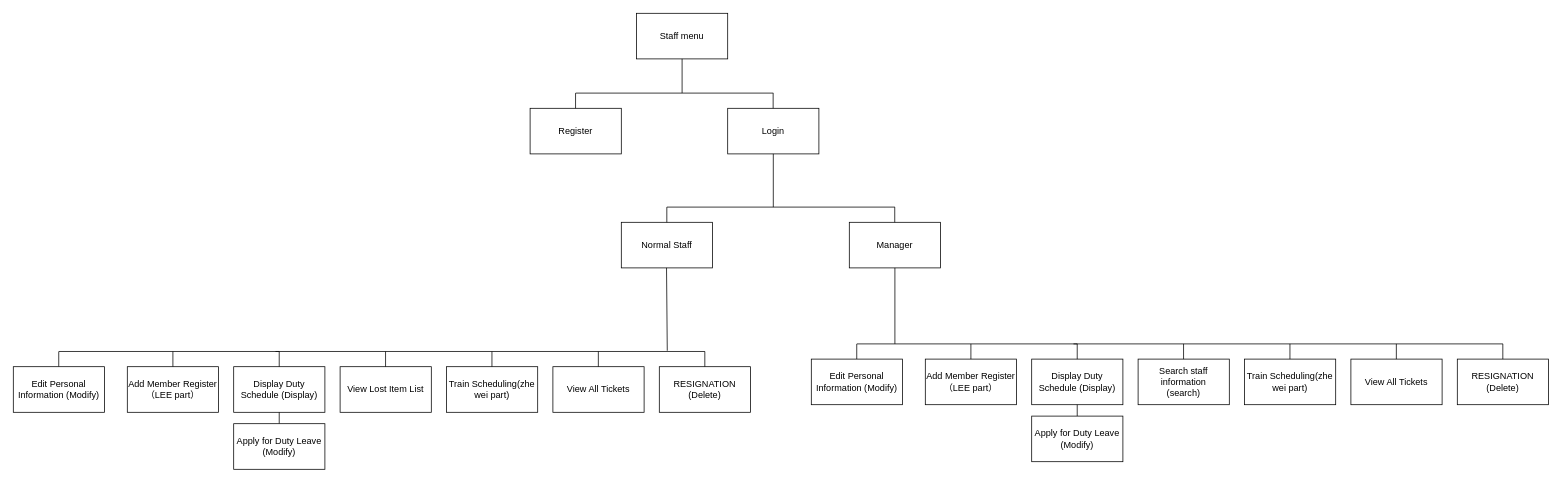
Before: Structure Chart/staffTrain (1).drawio in halleyIsStressed/pcd2Assignment, a draw.io diagram. Source tidied: cells renumbered, new cells numbered last; positions are measured from the earlier drawing's top-left corner, leaving out a move shared by most shapes. Both pictures are drawn from the tidied source at 76%, with x=0, y=0 at pixel (13, 13).
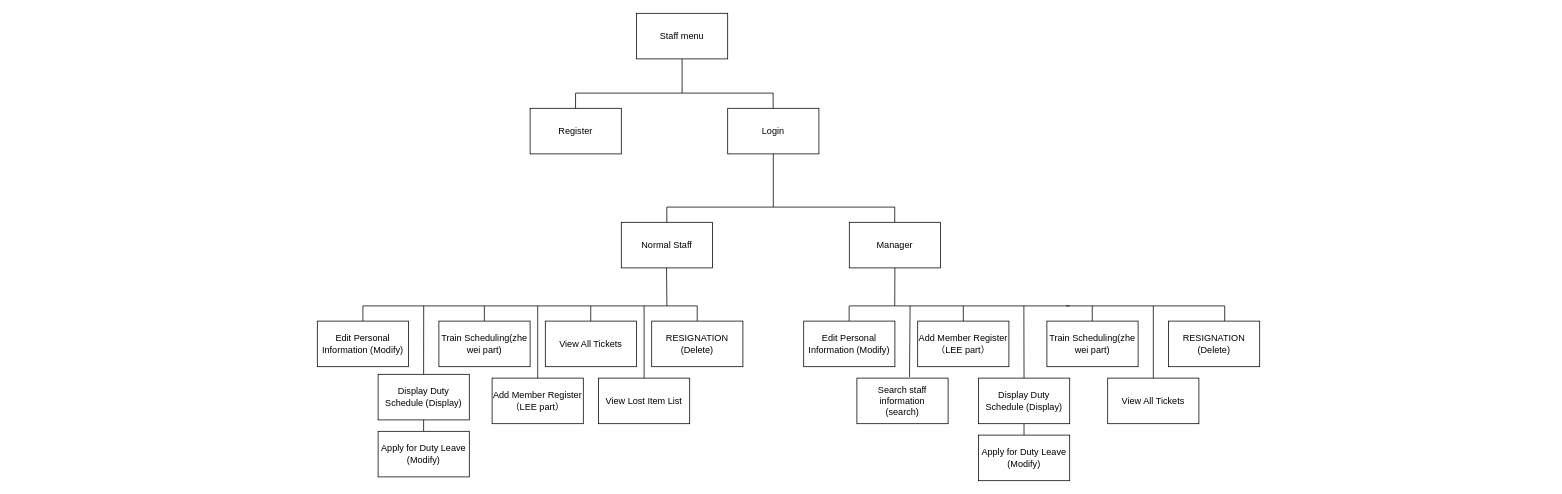
Above is the later version.

The change refers to these unchanged cells:
```xml
<mxCell id="23" value="Manager" style="rounded=0;whiteSpace=wrap;html=1;" parent="1" vertex="1">
  <mxGeometry x="1100" y="275" width="120" height="60" as="geometry" />
</mxCell>
```

Diff of the diagram source:
```diff
@@
     <mxCell id="4" value="Add Member Register（LEE part）" style="whiteSpace=wrap;html=1;rounded=0;" parent="1" vertex="1">
-      <mxGeometry x="1200" y="455" width="120" height="60" as="geometry" />
+      <mxGeometry x="1190" y="405" width="120" height="60" as="geometry" />
     </mxCell>
@@
     <mxCell id="6" style="endArrow=none;html=1;rounded=0;" parent="1" edge="1">
       <mxGeometry relative="1" as="geometry">
-        <mxPoint x="1109.8" y="455" as="sourcePoint" />
-        <mxPoint x="1109.8" y="435" as="targetPoint" />
+        <mxPoint x="1099.8" y="405" as="sourcePoint" />
+        <mxPoint x="1099.8" y="385" as="targetPoint" />
       </mxGeometry>
     </mxCell>
     <mxCell id="7" value="Display Duty Schedule (Display)" style="whiteSpace=wrap;html=1;rounded=0;" parent="1" vertex="1">
-      <mxGeometry x="1340" y="455" width="120" height="60" as="geometry" />
+      <mxGeometry x="1270" y="480" width="120" height="60" as="geometry" />
     </mxCell>
     <mxCell id="8" style="endArrow=none;html=1;rounded=0;exitX=0.5;exitY=0;exitDx=0;exitDy=0;" parent="1" edge="1" source="4">
       <mxGeometry relative="1" as="geometry">
-        <mxPoint x="1260" y="435" as="targetPoint" />
+        <mxPoint x="1250" y="385" as="targetPoint" />
       </mxGeometry>
     </mxCell>
-    <mxCell id="9" style="endArrow=none;html=1;rounded=0;exitX=0.5;exitY=0;exitDx=0;exitDy=0;" parent="1" edge="1">
+    <mxCell id="9" style="endArrow=none;html=1;rounded=0;" parent="1" edge="1" source="7">
       <mxGeometry relative="1" as="geometry">
-        <mxPoint x="1399.9" y="455" as="sourcePoint" />
-        <mxPoint x="1399.9" y="435" as="targetPoint" />
+        <mxPoint x="1329.7" y="385" as="targetPoint" />
       </mxGeometry>
     </mxCell>
     <mxCell id="10" style="endArrow=none;html=1;rounded=0;entryX=0.5;entryY=1;entryDx=0;entryDy=0;" parent="1" edge="1">
       <mxGeometry relative="1" as="geometry">
-        <mxPoint x="1399.9" y="530" as="sourcePoint" />
-        <mxPoint x="1399.9" y="515" as="targetPoint" />
+        <mxPoint x="1329.9" y="555" as="sourcePoint" />
+        <mxPoint x="1329.9" y="540" as="targetPoint" />
       </mxGeometry>
     </mxCell>
     <mxCell id="11" value="Edit Personal Information (Modify)" style="whiteSpace=wrap;html=1;rounded=0;" parent="1" vertex="1">
-      <mxGeometry x="1050" y="455" width="120" height="60" as="geometry" />
+      <mxGeometry x="1040" y="405" width="120" height="60" as="geometry" />
     </mxCell>
     <mxCell id="12" value="Apply for Duty Leave&lt;div&gt;(Modify)&lt;/div&gt;" style="whiteSpace=wrap;html=1;rounded=0;" parent="1" vertex="1">
-      <mxGeometry x="1340" y="530" width="120" height="60" as="geometry" />
+      <mxGeometry x="1270" y="555" width="120" height="60" as="geometry" />
     </mxCell>
     <mxCell id="13" style="endArrow=none;html=1;rounded=0;" parent="1" edge="1">
       <mxGeometry relative="1" as="geometry">
-        <mxPoint x="1110" y="435" as="sourcePoint" />
-        <mxPoint x="1400" y="435" as="targetPoint" />
+        <mxPoint x="1100" y="385" as="sourcePoint" />
+        <mxPoint x="1390" y="385" as="targetPoint" />
       </mxGeometry>
     </mxCell>
@@
     <mxCell id="20" value="Search staff information&lt;div&gt;(search)&lt;/div&gt;" style="whiteSpace=wrap;html=1;rounded=0;" parent="1" vertex="1">
-      <mxGeometry x="1480" y="455" width="120" height="60" as="geometry" />
+      <mxGeometry x="1110" y="480" width="120" height="60" as="geometry" />
     </mxCell>
-    <mxCell id="21" style="endArrow=none;html=1;rounded=0;" parent="1" edge="1">
+    <mxCell id="21" style="endArrow=none;html=1;rounded=0;entryX=0.616;entryY=0.017;entryDx=0;entryDy=0;entryPerimeter=0;" parent="1" edge="1" target="34">
       <mxGeometry relative="1" as="geometry">
-        <mxPoint x="1395" y="435" as="sourcePoint" />
-        <mxPoint x="1960" y="435" as="targetPoint" />
+        <mxPoint x="1385" y="385" as="sourcePoint" />
+        <Array as="points">
+          <mxPoint x="1594" y="385" />
+        </Array>
       </mxGeometry>
     </mxCell>
-    <mxCell id="22" style="endArrow=none;html=1;rounded=0;exitX=0.5;exitY=0;exitDx=0;exitDy=0;" parent="1" edge="1">
+    <mxCell id="22" style="endArrow=none;html=1;rounded=0;exitX=0.577;exitY=-0.023;exitDx=0;exitDy=0;exitPerimeter=0;" parent="1" edge="1" source="20">
       <mxGeometry relative="1" as="geometry">
-        <mxPoint x="1539.8" y="455" as="sourcePoint" />
-        <mxPoint x="1539.8" y="435" as="targetPoint" />
+        <mxPoint x="1180" y="385" as="targetPoint" />
       </mxGeometry>
     </mxCell>
@@
     <mxCell id="28" style="endArrow=none;html=1;rounded=0;entryX=0.5;entryY=1;entryDx=0;entryDy=0;" parent="1" edge="1" target="23">
       <mxGeometry relative="1" as="geometry">
-        <mxPoint x="1160" y="435" as="sourcePoint" />
+        <mxPoint x="1159.8" y="385" as="sourcePoint" />
       </mxGeometry>
     </mxCell>
     <mxCell id="29" style="endArrow=none;html=1;rounded=0;" parent="1" edge="1">
       <mxGeometry relative="1" as="geometry">
-        <mxPoint x="860.5" y="444" as="sourcePoint" />
+        <mxPoint x="860" y="385" as="sourcePoint" />
         <mxPoint x="859.5" y="335" as="targetPoint" />
       </mxGeometry>
     </mxCell>
     <mxCell id="30" value="Train Scheduling(zhe wei part)" style="whiteSpace=wrap;html=1;rounded=0;" parent="1" vertex="1">
-      <mxGeometry x="1620" y="455" width="120" height="60" as="geometry" />
+      <mxGeometry x="1360" y="405" width="120" height="60" as="geometry" />
     </mxCell>
     <mxCell id="31" style="endArrow=none;html=1;rounded=0;exitX=0.5;exitY=0;exitDx=0;exitDy=0;" parent="1" edge="1">
       <mxGeometry relative="1" as="geometry">
-        <mxPoint x="1679.8" y="455" as="sourcePoint" />
-        <mxPoint x="1679.8" y="435" as="targetPoint" />
+        <mxPoint x="1419.7" y="405" as="sourcePoint" />
+        <mxPoint x="1419.7" y="385" as="targetPoint" />
       </mxGeometry>
     </mxCell>
     <mxCell id="32" value="View All Tickets" style="whiteSpace=wrap;html=1;rounded=0;" parent="1" vertex="1">
-      <mxGeometry x="1760" y="455" width="120" height="60" as="geometry" />
+      <mxGeometry x="1440" y="480" width="120" height="60" as="geometry" />
     </mxCell>
-    <mxCell id="33" style="endArrow=none;html=1;rounded=0;exitX=0.5;exitY=0;exitDx=0;exitDy=0;" parent="1" edge="1">
+    <mxCell id="33" style="endArrow=none;html=1;rounded=0;exitX=0.5;exitY=0;exitDx=0;exitDy=0;" parent="1" edge="1" source="32">
       <mxGeometry relative="1" as="geometry">
-        <mxPoint x="1819.8" y="455" as="sourcePoint" />
-        <mxPoint x="1819.8" y="435" as="targetPoint" />
+        <mxPoint x="1500" y="385" as="targetPoint" />
       </mxGeometry>
     </mxCell>
     <mxCell id="34" value="RESIGNATION&lt;div&gt;(Delete)&lt;/div&gt;" style="whiteSpace=wrap;html=1;rounded=0;" parent="1" vertex="1">
-      <mxGeometry x="1900" y="455" width="120" height="60" as="geometry" />
+      <mxGeometry x="1520" y="405" width="120" height="60" as="geometry" />
     </mxCell>
-    <mxCell id="35" style="endArrow=none;html=1;rounded=0;exitX=0.5;exitY=0;exitDx=0;exitDy=0;" parent="1" edge="1">
-      <mxGeometry relative="1" as="geometry">
-        <mxPoint x="1959.9" y="455" as="sourcePoint" />
-        <mxPoint x="1959.9" y="435" as="targetPoint" />
-      </mxGeometry>
-    </mxCell>
     <mxCell id="36" value="Add Member Register（LEE part）" style="whiteSpace=wrap;html=1;rounded=0;" parent="1" vertex="1">
-      <mxGeometry x="150" y="465" width="120" height="60" as="geometry" />
+      <mxGeometry x="630" y="480" width="120" height="60" as="geometry" />
     </mxCell>
-    <mxCell id="37" style="endArrow=none;html=1;rounded=0;" parent="1" edge="1">
-      <mxGeometry relative="1" as="geometry">
-        <mxPoint x="59.8" y="465" as="sourcePoint" />
-        <mxPoint x="59.8" y="445" as="targetPoint" />
-      </mxGeometry>
-    </mxCell>
     <mxCell id="38" value="Display Duty Schedule (Display)" style="whiteSpace=wrap;html=1;rounded=0;" parent="1" vertex="1">
-      <mxGeometry x="290" y="465" width="120" height="60" as="geometry" />
+      <mxGeometry x="480" y="475" width="120" height="60" as="geometry" />
     </mxCell>
     <mxCell id="39" style="endArrow=none;html=1;rounded=0;exitX=0.5;exitY=0;exitDx=0;exitDy=0;" parent="1" edge="1" source="36">
       <mxGeometry relative="1" as="geometry">
-        <mxPoint x="210" y="445" as="targetPoint" />
+        <mxPoint x="690" y="385" as="targetPoint" />
       </mxGeometry>
     </mxCell>
     <mxCell id="40" style="endArrow=none;html=1;rounded=0;exitX=0.5;exitY=0;exitDx=0;exitDy=0;" parent="1" edge="1">
       <mxGeometry relative="1" as="geometry">
-        <mxPoint x="349.9" y="465" as="sourcePoint" />
-        <mxPoint x="349.9" y="445" as="targetPoint" />
+        <mxPoint x="539.9" y="475" as="sourcePoint" />
+        <mxPoint x="540" y="385" as="targetPoint" />
       </mxGeometry>
     </mxCell>
     <mxCell id="41" style="endArrow=none;html=1;rounded=0;entryX=0.5;entryY=1;entryDx=0;entryDy=0;" parent="1" edge="1">
       <mxGeometry relative="1" as="geometry">
-        <mxPoint x="349.9" y="540" as="sourcePoint" />
-        <mxPoint x="349.9" y="525" as="targetPoint" />
+        <mxPoint x="539.9" y="550" as="sourcePoint" />
+        <mxPoint x="539.9" y="535" as="targetPoint" />
       </mxGeometry>
     </mxCell>
     <mxCell id="42" value="Edit Personal Information (Modify)" style="whiteSpace=wrap;html=1;rounded=0;" parent="1" vertex="1">
-      <mxGeometry y="465" width="120" height="60" as="geometry" />
+      <mxGeometry x="400" y="405" width="120" height="60" as="geometry" />
     </mxCell>
     <mxCell id="43" value="Apply for Duty Leave&lt;div&gt;(Modify)&lt;/div&gt;" style="whiteSpace=wrap;html=1;rounded=0;" parent="1" vertex="1">
-      <mxGeometry x="290" y="540" width="120" height="60" as="geometry" />
+      <mxGeometry x="480" y="550" width="120" height="60" as="geometry" />
     </mxCell>
-    <mxCell id="44" style="endArrow=none;html=1;rounded=0;" parent="1" edge="1">
+    <mxCell id="44" style="endArrow=none;html=1;rounded=0;exitX=0.5;exitY=0;exitDx=0;exitDy=0;" parent="1" edge="1" source="42">
       <mxGeometry relative="1" as="geometry">
-        <mxPoint x="60" y="445" as="sourcePoint" />
-        <mxPoint x="350" y="445" as="targetPoint" />
+        <mxPoint x="460" y="385" as="targetPoint" />
       </mxGeometry>
     </mxCell>
     <mxCell id="45" value="View Lost Item List" style="whiteSpace=wrap;html=1;rounded=0;" parent="1" vertex="1">
-      <mxGeometry x="430" y="465" width="120" height="60" as="geometry" />
+      <mxGeometry x="770" y="480" width="120" height="60" as="geometry" />
     </mxCell>
     <mxCell id="46" style="endArrow=none;html=1;rounded=0;" parent="1" edge="1">
       <mxGeometry relative="1" as="geometry">
-        <mxPoint x="345" y="445" as="sourcePoint" />
-        <mxPoint x="910" y="445" as="targetPoint" />
+        <mxPoint x="460" y="385" as="sourcePoint" />
+        <mxPoint x="900" y="385" as="targetPoint" />
       </mxGeometry>
     </mxCell>
-    <mxCell id="47" style="endArrow=none;html=1;rounded=0;exitX=0.5;exitY=0;exitDx=0;exitDy=0;" parent="1" edge="1">
+    <mxCell id="47" style="endArrow=none;html=1;rounded=0;" parent="1" edge="1" source="45">
       <mxGeometry relative="1" as="geometry">
-        <mxPoint x="489.8" y="465" as="sourcePoint" />
-        <mxPoint x="489.8" y="445" as="targetPoint" />
+        <mxPoint x="830" y="385" as="targetPoint" />
       </mxGeometry>
     </mxCell>
     <mxCell id="48" value="Train Scheduling(zhe wei part)" style="whiteSpace=wrap;html=1;rounded=0;" parent="1" vertex="1">
-      <mxGeometry x="570" y="465" width="120" height="60" as="geometry" />
+      <mxGeometry x="560" y="405" width="120" height="60" as="geometry" />
     </mxCell>
     <mxCell id="49" style="endArrow=none;html=1;rounded=0;exitX=0.5;exitY=0;exitDx=0;exitDy=0;" parent="1" edge="1">
       <mxGeometry relative="1" as="geometry">
-        <mxPoint x="629.8" y="465" as="sourcePoint" />
-        <mxPoint x="629.8" y="445" as="targetPoint" />
+        <mxPoint x="619.8" y="405" as="sourcePoint" />
+        <mxPoint x="619.8" y="385" as="targetPoint" />
       </mxGeometry>
     </mxCell>
     <mxCell id="50" value="View All Tickets" style="whiteSpace=wrap;html=1;rounded=0;" parent="1" vertex="1">
-      <mxGeometry x="710" y="465" width="120" height="60" as="geometry" />
+      <mxGeometry x="700" y="405" width="120" height="60" as="geometry" />
     </mxCell>
     <mxCell id="51" style="endArrow=none;html=1;rounded=0;exitX=0.5;exitY=0;exitDx=0;exitDy=0;" parent="1" edge="1">
       <mxGeometry relative="1" as="geometry">
-        <mxPoint x="769.8" y="465" as="sourcePoint" />
-        <mxPoint x="769.8" y="445" as="targetPoint" />
+        <mxPoint x="759.8" y="405" as="sourcePoint" />
+        <mxPoint x="759.8" y="385" as="targetPoint" />
       </mxGeometry>
     </mxCell>
     <mxCell id="52" value="RESIGNATION&lt;div&gt;(Delete)&lt;/div&gt;" style="whiteSpace=wrap;html=1;rounded=0;" parent="1" vertex="1">
-      <mxGeometry x="850" y="465" width="120" height="60" as="geometry" />
+      <mxGeometry x="840" y="405" width="120" height="60" as="geometry" />
     </mxCell>
     <mxCell id="53" style="endArrow=none;html=1;rounded=0;exitX=0.5;exitY=0;exitDx=0;exitDy=0;" parent="1" edge="1">
       <mxGeometry relative="1" as="geometry">
-        <mxPoint x="909.9" y="465" as="sourcePoint" />
-        <mxPoint x="909.9" y="445" as="targetPoint" />
+        <mxPoint x="899.9" y="405" as="sourcePoint" />
+        <mxPoint x="899.9" y="385" as="targetPoint" />
       </mxGeometry>
     </mxCell>
```
